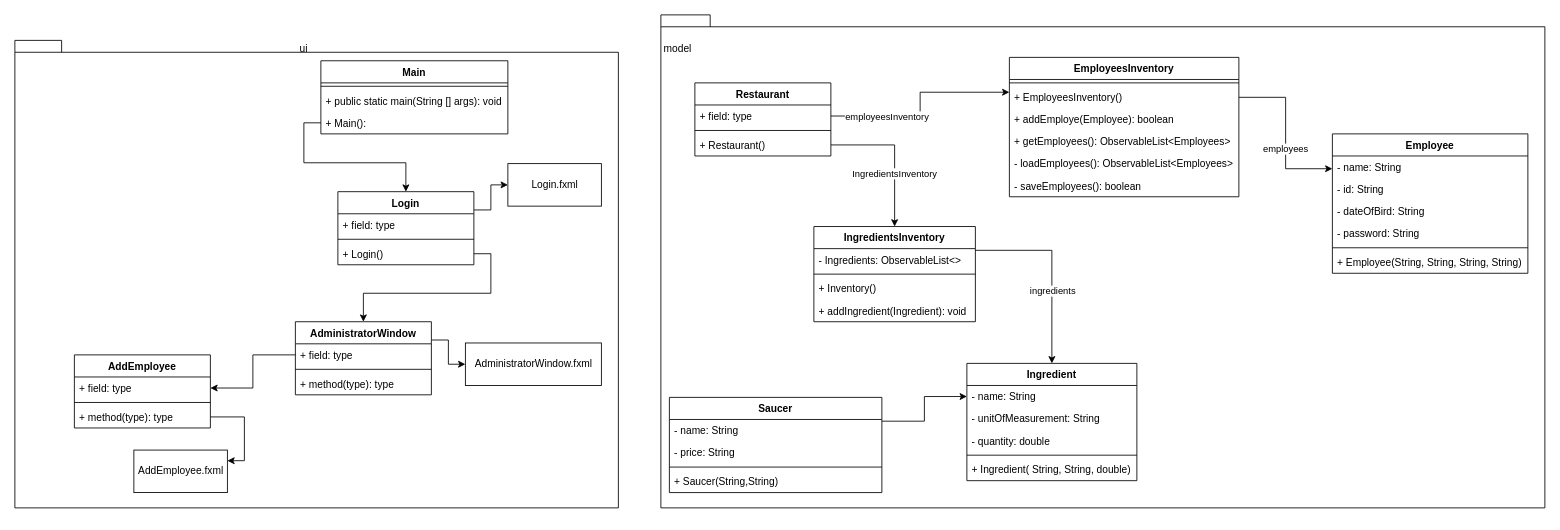
Earlier version of the draw.io diagram docs/classDiagram.drawio (Alexander940/firstIntegrativeTask). Source tidied: cells renumbered, new cells numbered last; positions are measured from the earlier drawing's top-left corner, leaving out a move shared by most shapes. Both pictures are drawn from the tidied source at 85%, with x=0, y=0 at pixel (14, 14).
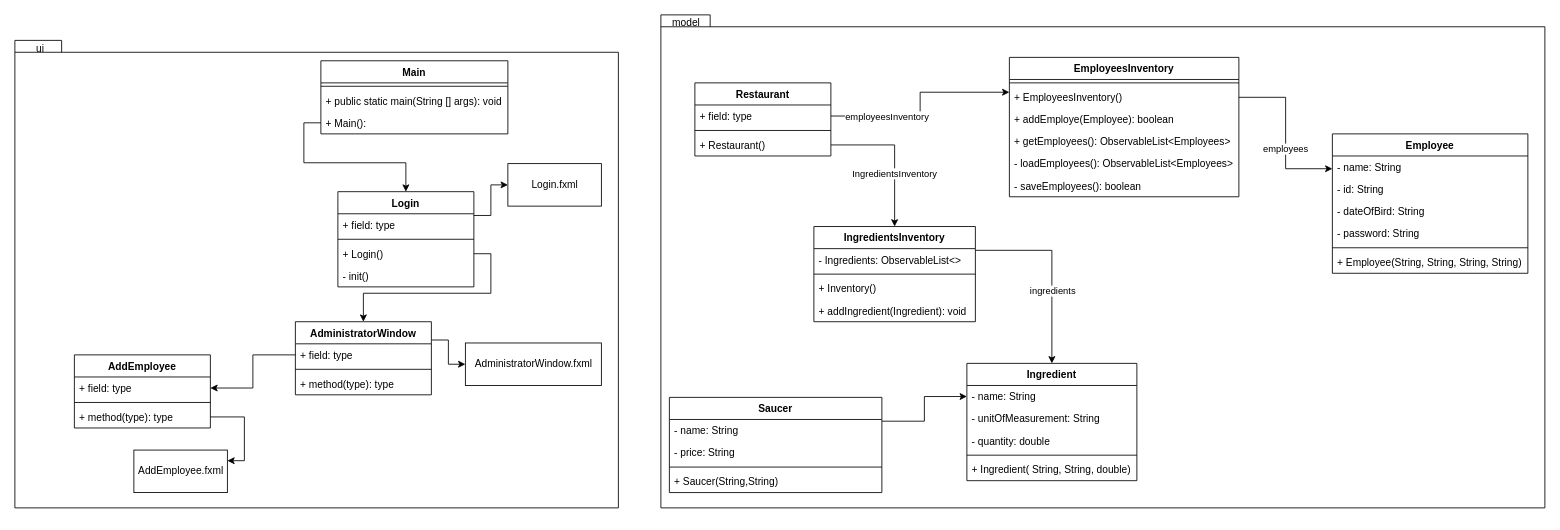
The same diagram, later.

What changed in the source:
```diff
@@
     <mxCell id="4" value="ui" style="text;html=1;strokeColor=none;fillColor=none;align=center;verticalAlign=middle;whiteSpace=wrap;rounded=0;" parent="1" vertex="1">
-      <mxGeometry x="320" y="30" width="40" height="20" as="geometry" />
+      <mxGeometry x="10" y="30" width="40" height="20" as="geometry" />
     </mxCell>
     <mxCell id="5" value="model" style="text;html=1;strokeColor=none;fillColor=none;align=center;verticalAlign=middle;whiteSpace=wrap;rounded=0;" parent="1" vertex="1">
-      <mxGeometry x="760" y="30" width="40" height="20" as="geometry" />
+      <mxGeometry x="770" width="40" height="20" as="geometry" />
     </mxCell>
@@
     <mxCell id="44" value="Login" style="swimlane;fontStyle=1;align=center;verticalAlign=top;horizontal=1;startSize=26;" parent="1" vertex="1">
-      <mxGeometry x="380" y="208" width="160" height="86" as="geometry" />
+      <mxGeometry x="380" y="208" width="160" height="112" as="geometry" />
     </mxCell>
@@
+    <mxCell id="75" value="- init()" style="text;strokeColor=none;fillColor=none;align=left;verticalAlign=top;spacingLeft=4;spacingRight=4;overflow=hidden;" parent="44" vertex="1">
+      <mxGeometry y="86" width="160" height="26" as="geometry" />
+    </mxCell>
@@
+    <mxCell id="76" style="edgeStyle=orthogonalEdgeStyle;rounded=0;orthogonalLoop=1;jettySize=auto;html=1;exitX=0.5;exitY=1;exitDx=0;exitDy=0;" parent="1" edge="1" source="5" target="5">
+      <mxGeometry relative="1" as="geometry" />
+    </mxCell>
```
